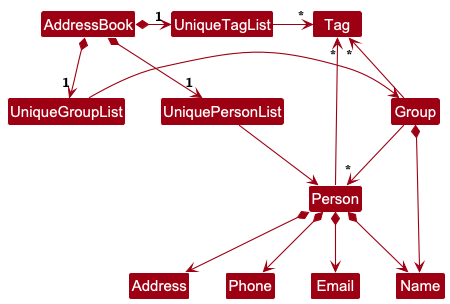
AY2425S2-CS2103T-T12-1/tp keeps this PlantUML diagram as docs/images/BetterModelClassDiagram.png. Above is the earlier version.
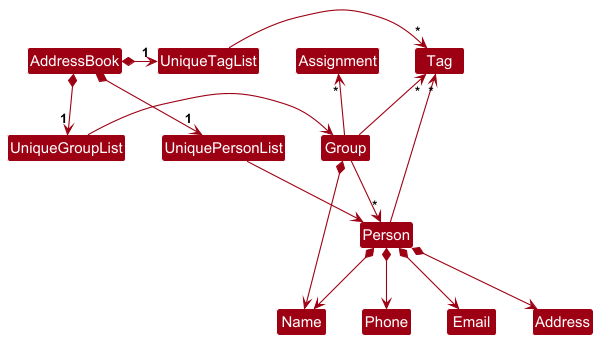
After the change.

The edit, as a diff of the source:
```diff
@@ -23,6 +23,7 @@
 Person *--> Address
 
 Group -up-> "*" Tag
+Group -up-> "*" Assignment
 
 Group *--> Name
 Group --> "*" Person
```
